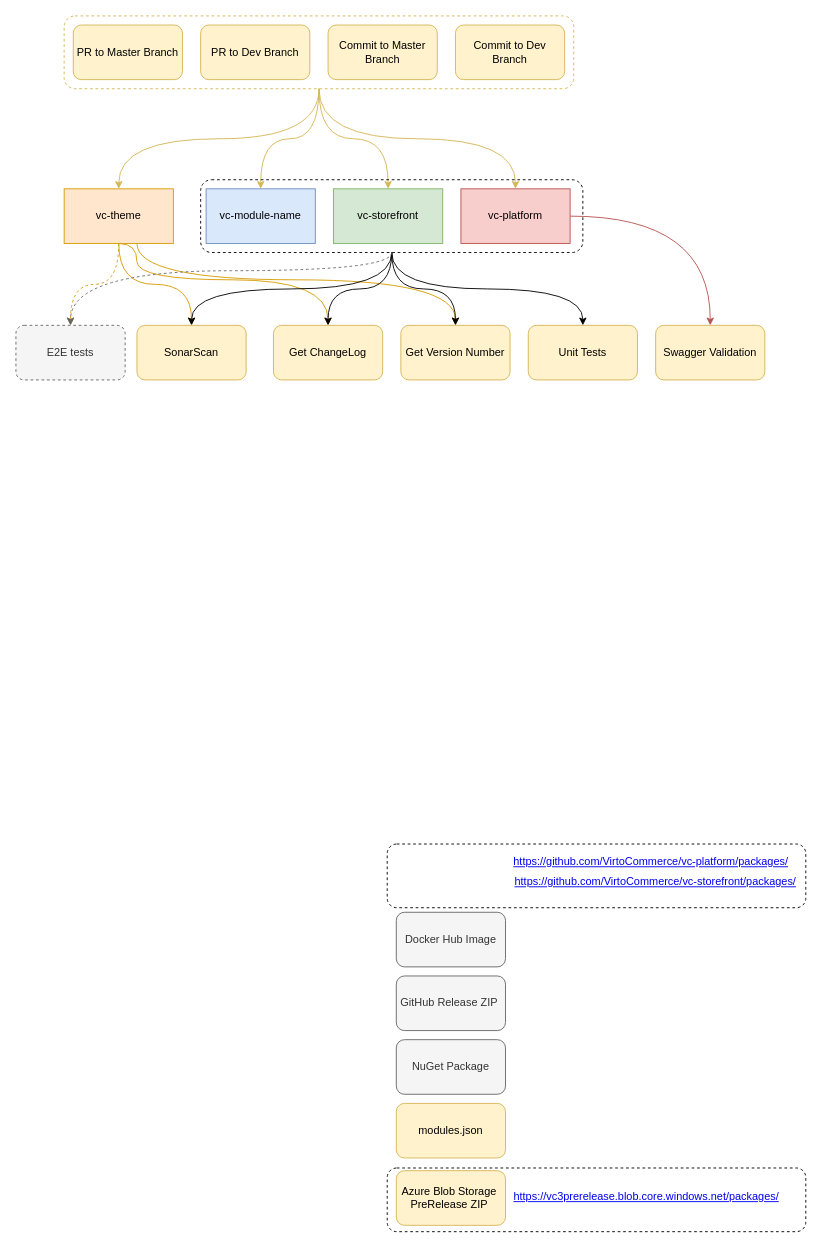
Before: page "Cheks Flow" (2 of 4) of docs/media/GitHub Actions flows.drawio in VirtoCommerce/vc-github-actions, a draw.io diagram. Source tidied: cells renumbered, new cells numbered last; positions are measured from the earlier drawing's top-left corner, leaving out a move shared by most shapes. Both pictures are drawn from the tidied source at 91%, with x=0, y=0 at pixel (15, 15).
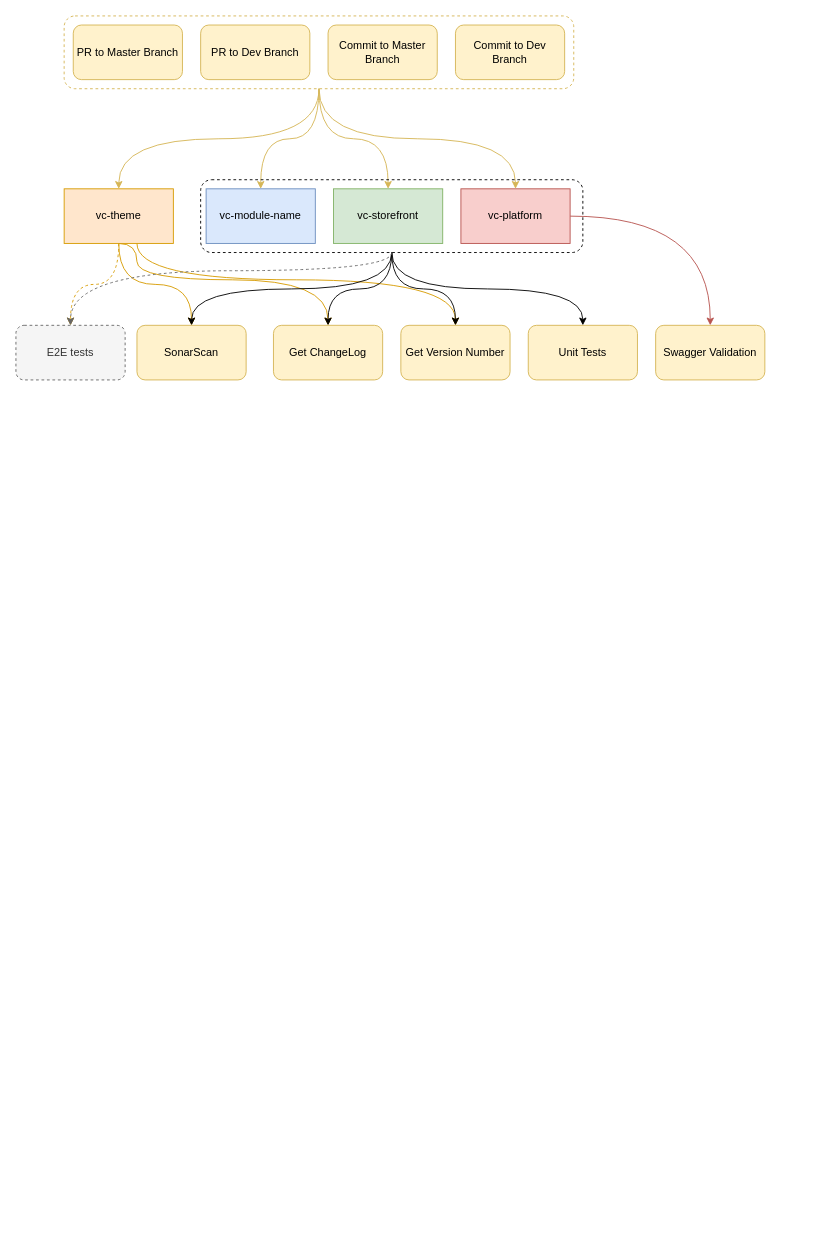
The same diagram, later.

Diff of the diagram source:
```diff
@@
-    <mxCell id="7" style="rounded=1;whiteSpace=wrap;html=1;dashed=1;" parent="1" vertex="1">
-      <mxGeometry x="408" y="1266" width="460" height="70" as="geometry" />
-    </mxCell>
-    <mxCell id="8" style="rounded=1;whiteSpace=wrap;html=1;dashed=1;" parent="1" vertex="1">
-      <mxGeometry x="408" y="910" width="460" height="70" as="geometry" />
-    </mxCell>
@@
-    <mxCell id="10" value="Docker Hub Image" style="rounded=1;whiteSpace=wrap;html=1;fillColor=#f5f5f5;strokeColor=#666666;fontColor=#333333;" parent="1" vertex="1">
-      <mxGeometry x="418" y="985" width="120" height="60" as="geometry" />
-    </mxCell>
-    <mxCell id="11" value="NuGet Package" style="rounded=1;whiteSpace=wrap;html=1;fillColor=#f5f5f5;strokeColor=#666666;fontColor=#333333;" parent="1" vertex="1">
-      <mxGeometry x="418" y="1125" width="120" height="60" as="geometry" />
-    </mxCell>
-    <mxCell id="12" value="GitHub Release ZIP&amp;nbsp;" style="rounded=1;whiteSpace=wrap;html=1;fillColor=#f5f5f5;strokeColor=#666666;fontColor=#333333;" parent="1" vertex="1">
-      <mxGeometry x="418" y="1055" width="120" height="60" as="geometry" />
-    </mxCell>
-    <mxCell id="13" value="Azure Blob Storage&amp;nbsp; PreRelease ZIP&amp;nbsp;" style="rounded=1;whiteSpace=wrap;html=1;fillColor=#fff2cc;strokeColor=#d6b656;" parent="1" vertex="1">
-      <mxGeometry x="418" y="1269" width="120" height="60" as="geometry" />
-    </mxCell>
@@
-    <mxCell id="27" value="&#10;&#10;&lt;a href=&quot;https://github.com/VirtoCommerce/vc-storefront/packages/&quot; style=&quot;&quot;&gt;https://github.com/VirtoCommerce/vc-storefront/packages/&lt;/a&gt;&#10;&#10;" style="text;html=1;strokeColor=none;fillColor=none;align=center;verticalAlign=middle;whiteSpace=wrap;rounded=0;" parent="1" vertex="1">
-      <mxGeometry x="543" y="942" width="320" height="20" as="geometry" />
-    </mxCell>
-    <mxCell id="28" value="&#10;&#10;&lt;a href=&quot;https://github.com/VirtoCommerce/vc-platform/packages/&quot; style=&quot;&quot;&gt;https://github.com/VirtoCommerce/vc-platform/packages/&lt;/a&gt;&#10;&#10;" style="text;html=1;strokeColor=none;fillColor=none;align=center;verticalAlign=middle;whiteSpace=wrap;rounded=0;" parent="1" vertex="1">
-      <mxGeometry x="543" y="920" width="310" height="20" as="geometry" />
-    </mxCell>
-    <mxCell id="29" value="&lt;a href=&quot;https://vc3prerelease.blob.core.windows.net/packages/&quot;&gt;https://vc3prerelease.blob.core.windows.net/packages/&lt;/a&gt;" style="text;html=1;strokeColor=none;fillColor=none;align=center;verticalAlign=middle;whiteSpace=wrap;rounded=0;" parent="1" vertex="1">
-      <mxGeometry x="543" y="1291" width="300" height="14" as="geometry" />
-    </mxCell>
-    <mxCell id="30" value="modules.json" style="rounded=1;whiteSpace=wrap;html=1;fillColor=#fff2cc;strokeColor=#d6b656;" parent="1" vertex="1">
-      <mxGeometry x="418" y="1195" width="120" height="60" as="geometry" />
-    </mxCell>
```
